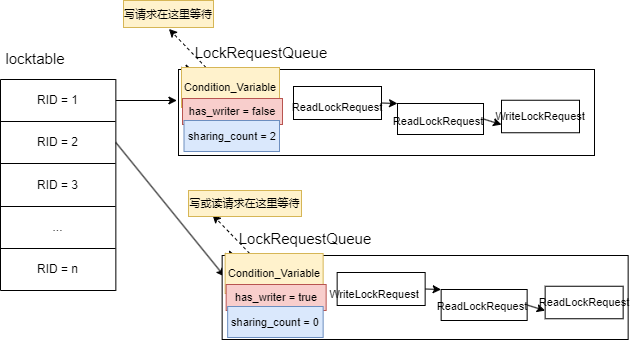
Above: CMU15445/concurrency_control.drawio.png in SixPlusAndTimes/drawio (draw.io), before the change. Source tidied: cells renumbered, new cells last; positions are measured from the earlier drawing's top-left corner, leaving out a move shared by most shapes.
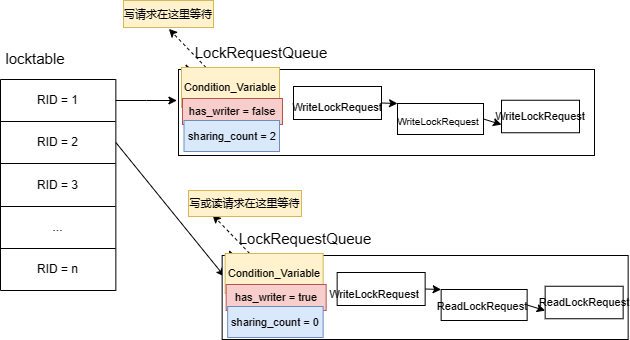
The same diagram one commit later.

Diff of the diagram source:
```diff
@@ -55,7 +55,7 @@
     <mxCell id="18" style="rounded=0;whiteSpace=wrap;html=1;fontSize=15;" parent="1" vertex="1">
       <mxGeometry x="293" y="86" width="88" height="33" as="geometry" />
     </mxCell>
-    <mxCell id="19" value="&lt;font style=&quot;font-size: 11px;&quot;&gt;ReadLockRequest&lt;/font&gt;" style="text;html=1;strokeColor=none;fillColor=none;align=center;verticalAlign=middle;whiteSpace=wrap;rounded=0;fontSize=15;" parent="1" vertex="1">
+    <mxCell id="19" value="&lt;font style=&quot;font-size: 11px;&quot;&gt;WriteLockRequest&lt;/font&gt;" style="text;html=1;strokeColor=none;fillColor=none;align=center;verticalAlign=middle;whiteSpace=wrap;rounded=0;fontSize=15;" parent="1" vertex="1">
       <mxGeometry x="300" y="91.5" width="74" height="27.5" as="geometry" />
     </mxCell>
     <mxCell id="20" style="edgeStyle=none;rounded=0;jettySize=auto;html=1;exitX=1;exitY=0.5;exitDx=0;exitDy=0;entryX=0;entryY=0.75;entryDx=0;entryDy=0;fontSize=11;" parent="1" edge="1" source="21" target="22">
@@ -87,7 +87,7 @@
     <mxCell id="28" style="edgeStyle=none;rounded=0;orthogonalLoop=1;jettySize=auto;html=1;exitX=1;exitY=0.75;exitDx=0;exitDy=0;fontSize=11;" parent="1" edge="1" source="21" target="21">
       <mxGeometry relative="1" as="geometry" />
     </mxCell>
-    <mxCell id="29" value="&lt;span style=&quot;font-size: 11px;&quot;&gt;ReadLockRequest&lt;/span&gt;" style="text;html=1;strokeColor=none;fillColor=none;align=center;verticalAlign=middle;whiteSpace=wrap;rounded=0;fontSize=15;" parent="1" vertex="1">
+    <mxCell id="29" value="&lt;font style=&quot;font-size: 10px;&quot;&gt;WriteLockRequest&lt;/font&gt;" style="text;html=1;strokeColor=none;fillColor=none;align=center;verticalAlign=middle;whiteSpace=wrap;rounded=0;fontSize=15;" parent="1" vertex="1">
       <mxGeometry x="401" y="104.8" width="74" height="27.5" as="geometry" />
     </mxCell>
     <mxCell id="30" value="&lt;span style=&quot;font-size: 11px;&quot;&gt;WriteLockRequest&lt;/span&gt;" style="text;html=1;strokeColor=none;fillColor=none;align=center;verticalAlign=middle;whiteSpace=wrap;rounded=0;fontSize=15;" parent="1" vertex="1">
```
